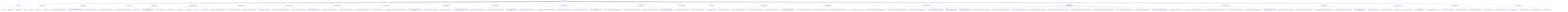
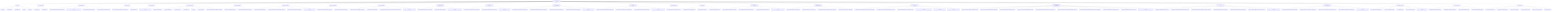
graph TD
    root["ToneSoul Documentation Authority"]
    root --> entrypoints["Entry Points"]
    entrypoints --> entrypoints_1["README.md"]
    entrypoints --> entrypoints_2["README.zh-TW.md"]
    entrypoints --> entrypoints_3["AI_ONBOARDING.md"]
    entrypoints --> entrypoints_4["INDEX.md"]
    entrypoints --> entrypoints_5["README.md"]
    root --> ai_operational_guides["AI Operational Guides"]
    ai_operational_guides --> ai_operational_guides_1["AI_QUICKSTART.md"]
    ai_operational_guides --> ai_operational_guides_2["AI_REFERENCE.md"]
    root --> canonical_architecture["Canonical Architecture"]
    canonical_architecture --> canonical_architecture_1["TONESOUL_EXTERNALIZED_COGNITIVE_ARCHITECTURE.md"]
    canonical_architecture --> canonical_architecture_2["TONESOUL_ARCHITECTURE_MEMORY_ANCHOR_2026-03-22.md"]
    canonical_architecture --> canonical_architecture_3["KNOWLEDGE_SURFACES_BOUNDARY_MAP.md"]
    canonical_architecture --> canonical_architecture_4["TONESOUL_EIGHT_LAYER_CONVERGENCE_MAP.md"]
    root --> deep_system_maps["Deep System Maps"]
    deep_system_maps --> deep_system_maps_1["TONESOUL_SYSTEM_OVERVIEW_AND_SUBSYSTEM_GUIDE.md"]
    deep_system_maps --> deep_system_maps_2["TONESOUL_ANATOMY.md"]
    root --> interpretive_readings["Interpretive Readings"]
    interpretive_readings --> interpretive_readings_1["TONESOUL_DEEP_READING_ANCHOR_2026-03-26.md"]
    interpretive_readings --> interpretive_readings_2["TONESOUL_CODEX_READING.md"]
    root --> governance_execution["Governance And Execution"]
    governance_execution --> governance_execution_1["7D_AUDIT_FRAMEWORK.md"]
    governance_execution --> governance_execution_2["7D_EXECUTION_SPEC.md"]
    governance_execution --> governance_execution_3["AUDIT_CONTRACT.md"]
    governance_execution --> governance_execution_4["API_SPEC.md"]
    governance_execution --> governance_execution_5["COUNCIL_RUNTIME.md"]
    governance_execution --> governance_execution_6["TONESOUL_SHARED_R_MEMORY_OPERATIONS_CONTRACT.md"]
    root --> claim_authority_distillation["Claim Authority Distillation"]
    claim_authority_distillation --> claim_authority_distillation_1["TONESOUL_CLAIM_AUTHORITY_MATRIX.md"]
    claim_authority_distillation --> claim_authority_distillation_2["TONESOUL_LAW_RUNTIME_BOUNDARY_CONTRACT.md"]
    root --> evidence_topology_and_verifiability["Evidence And Verifiability"]
    evidence_topology_and_verifiability --> evidence_topology_and_verifiability_1["TONESOUL_CLAIM_TO_EVIDENCE_MATRIX.md"]
    evidence_topology_and_verifiability --> evidence_topology_and_verifiability_2["TONESOUL_EVIDENCE_LADDER_AND_VERIFIABILITY_CONTRACT.md"]
    evidence_topology_and_verifiability --> evidence_topology_and_verifiability_3["TONESOUL_TEST_AND_VALIDATION_TOPOLOGY_MAP.md"]
    evidence_topology_and_verifiability --> evidence_topology_and_verifiability_4["tonesoul_evidence_followup_candidates_2026-03-29.md"]
    root --> subject_refresh_boundaries["Subject Refresh Boundaries"]
    subject_refresh_boundaries --> subject_refresh_boundaries_1["TONESOUL_SUBJECT_REFRESH_BOUNDARY_CONTRACT.md"]
    subject_refresh_boundaries --> subject_refresh_boundaries_2["TONESOUL_SUBJECT_SNAPSHOT_FIELD_LANES.md"]
    root --> control_plane_discipline["Control Plane Discipline"]
    control_plane_discipline --> control_plane_discipline_1["TONESOUL_TASK_TRACK_AND_READINESS_CONTRACT.md"]
    control_plane_discipline --> control_plane_discipline_2["TONESOUL_PLAN_DELTA_CONTRACT.md"]
    control_plane_discipline --> control_plane_discipline_3["TONESOUL_MIRROR_RUPTURE_FAIL_STOP_AND_LOW_DRIFT_ANCHOR_CONTRACT.md"]
    control_plane_discipline --> control_plane_discipline_4["tonesoul_control_plane_followup_candidates_2026-03-28.md"]
    root --> observable_shell_and_axiom_boundaries["Observable-Shell And Axiom Boundaries"]
    observable_shell_and_axiom_boundaries --> observable_shell_and_axiom_boundaries_1["TONESOUL_OBSERVABLE_SHELL_OPACITY_CONTRACT.md"]
    observable_shell_and_axiom_boundaries --> observable_shell_and_axiom_boundaries_2["TONESOUL_AXIOM_FALSIFICATION_MAP.md"]
    observable_shell_and_axiom_boundaries --> observable_shell_and_axiom_boundaries_3["tonesoul_observability_and_axiom_adoption_review_2026-03-28.md"]
    root --> council_deliberation_discipline["Council Deliberation Discipline"]
    council_deliberation_discipline --> council_deliberation_discipline_1["TONESOUL_COUNCIL_DOSSIER_AND_DISSENT_CONTRACT.md"]
    council_deliberation_discipline --> council_deliberation_discipline_2["TONESOUL_ADAPTIVE_DELIBERATION_MODE_CONTRACT.md"]
    council_deliberation_discipline --> council_deliberation_discipline_3["tonesoul_council_followup_candidates_2026-03-28.md"]
    root --> continuity_import_and_receiver_discipline["Continuity Import And Receiver Discipline"]
    continuity_import_and_receiver_discipline --> continuity_import_and_receiver_discipline_1["TONESOUL_CONTINUITY_IMPORT_AND_DECAY_CONTRACT.md"]
    continuity_import_and_receiver_discipline --> continuity_import_and_receiver_discipline_2["TONESOUL_RECEIVER_INTERPRETATION_BOUNDARY_CONTRACT.md"]
    continuity_import_and_receiver_discipline --> continuity_import_and_receiver_discipline_3["TONESOUL_CONTINUITY_SURFACE_LIFECYCLE_MAP.md"]
    continuity_import_and_receiver_discipline --> continuity_import_and_receiver_discipline_4["TONESOUL_WORKING_STYLE_CONTINUITY_CONTRACT.md"]
    continuity_import_and_receiver_discipline --> continuity_import_and_receiver_discipline_5["tonesoul_continuity_followup_candidates_2026-03-29.md"]
    root --> council_realism_and_calibration["Council Realism And Calibration"]
    council_realism_and_calibration --> council_realism_and_calibration_1["TONESOUL_COUNCIL_REALISM_AND_INDEPENDENCE_CONTRACT.md"]
    council_realism_and_calibration --> council_realism_and_calibration_2["TONESOUL_COUNCIL_CONFIDENCE_AND_CALIBRATION_MAP.md"]
    council_realism_and_calibration --> council_realism_and_calibration_3["TONESOUL_ADVERSARIAL_DELIBERATION_ADOPTION_MAP.md"]
    council_realism_and_calibration --> council_realism_and_calibration_4["tonesoul_council_realism_followup_candidates_2026-03-29.md"]
    root --> context_continuity_adoption["Context Continuity Adoption"]
    context_continuity_adoption --> context_continuity_adoption_1["TONESOUL_CONTEXT_CONTINUITY_ADOPTION_MAP.md"]
    root --> prompt_discipline_skeleton["Prompt Discipline"]
    prompt_discipline_skeleton --> prompt_discipline_skeleton_1["TONESOUL_PROMPT_DISCIPLINE_SKELETON.md"]
    prompt_discipline_skeleton --> prompt_discipline_skeleton_2["TONESOUL_PROMPT_VARIANTS.md"]
    prompt_discipline_skeleton --> prompt_discipline_skeleton_3["TONESOUL_PROMPT_STARTER_CARDS.md"]
    root --> prompt_surface_topology_and_adoption["Prompt Surface Topology And Adoption"]
    prompt_surface_topology_and_adoption --> prompt_surface_topology_and_adoption_1["TONESOUL_PROMPT_SURFACE_ADOPTION_MATRIX.md"]
    prompt_surface_topology_and_adoption --> prompt_surface_topology_and_adoption_2["TONESOUL_PROMPT_SURFACE_BOUNDARY_CONTRACT.md"]
    prompt_surface_topology_and_adoption --> prompt_surface_topology_and_adoption_3["TONESOUL_PROMPT_SURFACE_TOPOLOGY_MAP.md"]
    prompt_surface_topology_and_adoption --> prompt_surface_topology_and_adoption_4["tonesoul_prompt_adoption_followup_candidates_2026-03-29.md"]
    root --> reality_alignment_and_render_boundaries["Reality Alignment And Render Boundaries"]
    reality_alignment_and_render_boundaries --> reality_alignment_and_render_boundaries_1["TONESOUL_ENTRY_SURFACE_REALITY_BASELINE.md"]
    reality_alignment_and_render_boundaries --> reality_alignment_and_render_boundaries_2["TONESOUL_DOC_METRIC_AND_COUNT_METHOD.md"]
    reality_alignment_and_render_boundaries --> reality_alignment_and_render_boundaries_3["TONESOUL_RENDER_LAYER_AND_ENCODING_BOUNDARY_CONTRACT.md"]
    reality_alignment_and_render_boundaries --> reality_alignment_and_render_boundaries_4["TONESOUL_DOC_DRIFT_AND_CONFLICT_REGISTER.md"]
    root --> successor_continuity_and_hot_memory["Successor Continuity And Hot Memory"]
    successor_continuity_and_hot_memory --> successor_continuity_and_hot_memory_1["TONESOUL_SUCCESSOR_COLLABORATION_AND_HOT_MEMORY_CONTRACT.md"]
    successor_continuity_and_hot_memory --> successor_continuity_and_hot_memory_2["TONESOUL_LOW_DRIFT_ANCHOR_SOURCE_PRECEDENCE_CONTRACT.md"]
    successor_continuity_and_hot_memory --> successor_continuity_and_hot_memory_3["TONESOUL_HOT_MEMORY_DECAY_AND_COMPRESSION_MAP.md"]
    successor_continuity_and_hot_memory --> successor_continuity_and_hot_memory_4["tonesoul_successor_collaboration_and_hot_memory_program_2026-04-02.md"]
    successor_continuity_and_hot_memory --> successor_continuity_and_hot_memory_5["tonesoul_subsystem_parity_and_gap_map_2026-04-02.md"]
    successor_continuity_and_hot_memory --> successor_continuity_and_hot_memory_6["tonesoul_successor_sidecar_residue_triage_2026-04-02.md"]
    root --> research_driven_memory_interop_and_knowledge_layer["Research-Driven Memory Interop And Knowledge Layer"]
    research_driven_memory_interop_and_knowledge_layer --> research_driven_memory_interop_and_knowledge_layer_1["TONESOUL_CROSS_AGENT_MEMORY_CONSUMER_CONTRACT.md"]
    research_driven_memory_interop_and_knowledge_layer --> research_driven_memory_interop_and_knowledge_layer_2["TONESOUL_CLAUDE_COMPATIBLE_ENTRY_ADAPTER_CONTRACT.md"]
    research_driven_memory_interop_and_knowledge_layer --> research_driven_memory_interop_and_knowledge_layer_3["TONESOUL_KNOWLEDGE_LAYER_BOUNDARY_CONTRACT.md"]
    research_driven_memory_interop_and_knowledge_layer --> research_driven_memory_interop_and_knowledge_layer_4["TONESOUL_LAUNCH_HEALTH_TREND_READOUT_CONTRACT.md"]
    research_driven_memory_interop_and_knowledge_layer --> research_driven_memory_interop_and_knowledge_layer_5["TONESOUL_INTERNAL_STATE_OBSERVABILITY_REALITY_CHECK_CONTRACT.md"]
    research_driven_memory_interop_and_knowledge_layer --> research_driven_memory_interop_and_knowledge_layer_6["TONESOUL_SURFACE_VERSIONING_AND_CONSUMER_LINEAGE_CONTRACT.md"]
    research_driven_memory_interop_and_knowledge_layer --> research_driven_memory_interop_and_knowledge_layer_7["TONESOUL_KNOWLEDGE_LAYER_SOURCE_TAXONOMY_AND_PARKING_CONTRACT.md"]
    research_driven_memory_interop_and_knowledge_layer --> research_driven_memory_interop_and_knowledge_layer_8["TONESOUL_COMPILED_KNOWLEDGE_LANDING_ZONE_SPEC.md"]
    research_driven_memory_interop_and_knowledge_layer --> research_driven_memory_interop_and_knowledge_layer_9["TONESOUL_OPERATOR_RETRIEVAL_QUERY_CONTRACT.md"]
    research_driven_memory_interop_and_knowledge_layer --> research_driven_memory_interop_and_knowledge_layer_10["tonesoul_research_lines_and_memory_interop_program_2026-04-06.md"]
    root --> bounded_self_improvement_loop["Bounded Self-Improvement Loop"]
    bounded_self_improvement_loop --> bounded_self_improvement_loop_1["TONESOUL_SELF_IMPROVEMENT_LOOP_V0_SPEC.md"]
    bounded_self_improvement_loop --> bounded_self_improvement_loop_2["TONESOUL_SELF_IMPROVEMENT_EVALUATOR_HARNESS_CONTRACT.md"]
    bounded_self_improvement_loop --> bounded_self_improvement_loop_3["TONESOUL_EXPERIMENT_REGISTRY_AND_LINEAGE_BOUNDARY_CONTRACT.md"]
    bounded_self_improvement_loop --> bounded_self_improvement_loop_4["TONESOUL_BOUNDED_MUTATION_SPACE_CONTRACT.md"]
    bounded_self_improvement_loop --> bounded_self_improvement_loop_5["TONESOUL_ANALYZER_AND_PROMOTION_GATE_CONTRACT.md"]
-     bounded_self_improvement_loop --> bounded_self_improvement_loop_6["tonesoul_self_improvement_loop_v0_program_2026-04-06.md"]
+     bounded_self_improvement_loop --> bounded_self_improvement_loop_6["TONESOUL_PROMOTION_READY_RESULT_SURFACE_CONTRACT.md"]
+     bounded_self_improvement_loop --> bounded_self_improvement_loop_7["tonesoul_self_improvement_loop_v0_program_2026-04-06.md"]
    root --> entry_simplification_and_lineage_routing["Entry Simplification And Lineage Routing"]
    entry_simplification_and_lineage_routing --> entry_simplification_and_lineage_routing_1["TONESOUL_AUDIENCE_ROUTING_AND_ENTRY_CONTRACT.md"]
    entry_simplification_and_lineage_routing --> entry_simplification_and_lineage_routing_2["TONESOUL_HISTORICAL_SPEC_AND_LEGACY_SURFACE_MAP.md"]
    entry_simplification_and_lineage_routing --> entry_simplification_and_lineage_routing_3["TONESOUL_DOC_SURFACE_SIMPLIFICATION_BOUNDARY_CONTRACT.md"]
    entry_simplification_and_lineage_routing --> entry_simplification_and_lineage_routing_4["TONESOUL_ENCODING_AND_MOJIBAKE_HAZARD_REGISTER.md"]
    entry_simplification_and_lineage_routing --> entry_simplification_and_lineage_routing_5["tonesoul_docs_cleanup_wave_candidates_2026-03-29.md"]
    root --> doc_governance["Documentation Governance"]
    doc_governance --> doc_governance_1["DOCS_INFORMATION_ARCHITECTURE_v1.md"]
    doc_governance --> doc_governance_2["DOCS_CLASSIFICATION_LEDGER_v1.md"]
    doc_governance --> doc_governance_3["FILE_PURPOSE_MAP.md"]
    doc_governance --> doc_governance_4["doc_convergence_inventory_latest.json"]
    doc_governance --> doc_governance_5["doc_convergence_cleanup_plan_2026-03-22.md"]
    root --> convergence_contracts["Convergence Contracts"]
    convergence_contracts --> convergence_contracts_1["BASENAME_DIVERGENCE_DISTILLATION_MAP.md"]
    convergence_contracts --> convergence_contracts_2["PRIVATE_MEMORY_SHADOW_BOUNDARY_MAP.md"]
    convergence_contracts --> convergence_contracts_3["PARADOX_FIXTURE_OWNERSHIP_MAP.md"]
    convergence_contracts --> convergence_contracts_4["ENGINEERING_MIRROR_OWNERSHIP_MAP.md"]
    root --> generated_status["Generated Status"]
    generated_status --> generated_status_1["doc_convergence_inventory_latest.json"]
    generated_status --> generated_status_2["basename_divergence_distillation_latest.json"]
    generated_status --> generated_status_3["private_memory_shadow_latest.json"]
    generated_status --> generated_status_4["paradox_fixture_ownership_latest.json"]
    generated_status --> generated_status_5["engineering_mirror_ownership_latest.json"]
    generated_status --> generated_status_6["claim_authority_latest.json"]
